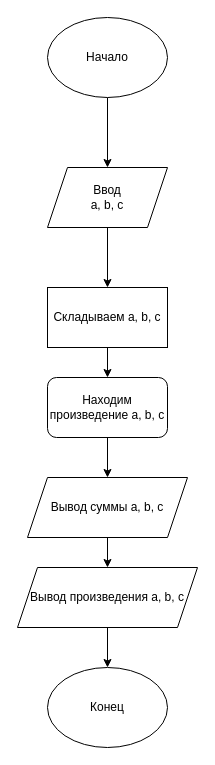
Above: page "Task 1" (1 of 5) of Untitled Diagram.drawio in Ksenaty/Algorithms_python (draw.io), before the change. Source tidied: cells renumbered, new cells numbered last; positions are measured from the earlier drawing's top-left corner, leaving out a move shared by most shapes. Both pictures are drawn from the tidied source at 100%, with x=0, y=0 at pixel (17, 17).
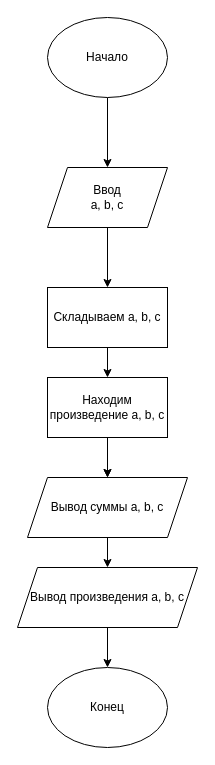
The same page after the edit.

The edit, as a diff of the source:
```diff
@@
 <mxGraphModel>
   <root>
     <mxCell id="0" />
     <mxCell id="1" parent="0" />
     <mxCell id="2" style="edgeStyle=orthogonalEdgeStyle;rounded=0;jettySize=auto;html=1;exitX=0.5;exitY=1;exitDx=0;exitDy=0;entryX=0.5;entryY=0;entryDx=0;entryDy=0;" parent="1" edge="1" source="3" target="4">
       <mxGeometry relative="1" as="geometry" />
     </mxCell>
     <mxCell id="3" value="Начало" style="ellipse;whiteSpace=wrap;html=1;" parent="1" vertex="1">
       <mxGeometry x="30" width="120" height="80" as="geometry" />
     </mxCell>
     <mxCell id="4" value="Ввод&lt;br&gt;a, b, c" style="shape=parallelogram;perimeter=parallelogramPerimeter;whiteSpace=wrap;html=1;fixedSize=1;" parent="1" vertex="1">
       <mxGeometry x="30" y="150" width="120" height="60" as="geometry" />
     </mxCell>
     <mxCell id="5" style="endArrow=classic;html=1;exitX=0.5;exitY=1;exitDx=0;exitDy=0;" parent="1" edge="1" source="4" target="6">
       <mxGeometry relative="1" as="geometry" />
     </mxCell>
     <mxCell id="6" value="Складываем a, b, c" style="rounded=0;whiteSpace=wrap;html=1;" parent="1" vertex="1">
       <mxGeometry x="30" y="270" width="120" height="60" as="geometry" />
     </mxCell>
-    <mxCell id="7" style="endArrow=classic;html=1;exitX=0.5;exitY=1;exitDx=0;exitDy=0;" parent="1" edge="1" source="6" target="8">
+    <mxCell id="7" style="endArrow=classic;html=1;exitX=0.5;exitY=1;exitDx=0;exitDy=0;entryX=0.5;entryY=0;entryDx=0;entryDy=0;" parent="1" edge="1" source="6" target="8">
       <mxGeometry relative="1" as="geometry" />
     </mxCell>
-    <mxCell id="8" value="Находим произведение a, b, c" style="rounded=1;whiteSpace=wrap;html=1;" parent="1" vertex="1">
-      <mxGeometry x="30" y="360" width="120" height="60" as="geometry" />
-    </mxCell>
     <mxCell id="9" value="Вывод суммы a, b, c" style="shape=parallelogram;perimeter=parallelogramPerimeter;whiteSpace=wrap;html=1;fixedSize=1;" parent="1" vertex="1">
       <mxGeometry x="10" y="460" width="160" height="60" as="geometry" />
     </mxCell>
-    <mxCell id="10" style="endArrow=classic;html=1;exitX=0.5;exitY=1;exitDx=0;exitDy=0;entryX=0.5;entryY=0;entryDx=0;entryDy=0;" parent="1" edge="1" source="8" target="9">
-      <mxGeometry relative="1" as="geometry" />
+    <mxCell id="10" style="endArrow=classic;html=1;exitX=0.5;exitY=1;exitDx=0;exitDy=0;entryX=0.5;entryY=0;entryDx=0;entryDy=0;" parent="1" edge="1" target="9">
+      <mxGeometry relative="1" as="geometry">
+        <mxPoint x="90" y="420" as="sourcePoint" />
+      </mxGeometry>
     </mxCell>
     <mxCell id="11" style="endArrow=classic;html=1;exitX=0.5;exitY=1;exitDx=0;exitDy=0;" parent="1" edge="1" source="9" target="12">
       <mxGeometry relative="1" as="geometry" />
     </mxCell>
     <mxCell id="12" value="Вывод произведения a, b, c" style="shape=parallelogram;perimeter=parallelogramPerimeter;whiteSpace=wrap;html=1;fixedSize=1;" parent="1" vertex="1">
       <mxGeometry y="550" width="180" height="60" as="geometry" />
     </mxCell>
     <mxCell id="13" value="Конец&lt;br&gt;" style="ellipse;whiteSpace=wrap;html=1;" parent="1" vertex="1">
       <mxGeometry x="30" y="650" width="120" height="80" as="geometry" />
     </mxCell>
     <mxCell id="14" style="endArrow=classic;html=1;exitX=0.5;exitY=1;exitDx=0;exitDy=0;entryX=0.5;entryY=0;entryDx=0;entryDy=0;" parent="1" edge="1" source="12" target="13">
       <mxGeometry relative="1" as="geometry" />
     </mxCell>
+    <mxCell id="15" style="edgeStyle=orthogonalEdgeStyle;rounded=0;jettySize=auto;html=1;" parent="1" edge="1" source="8" target="9">
+      <mxGeometry relative="1" as="geometry">
+        <Array as="points">
+          <mxPoint x="90" y="410" />
+          <mxPoint x="90" y="410" />
+        </Array>
+      </mxGeometry>
+    </mxCell>
+    <mxCell id="8" value="Находим произведение a, b, c" style="rounded=0;whiteSpace=wrap;html=1;" parent="1" vertex="1">
+      <mxGeometry x="30" y="360" width="120" height="60" as="geometry" />
+    </mxCell>
   </root>
 </mxGraphModel>
```
